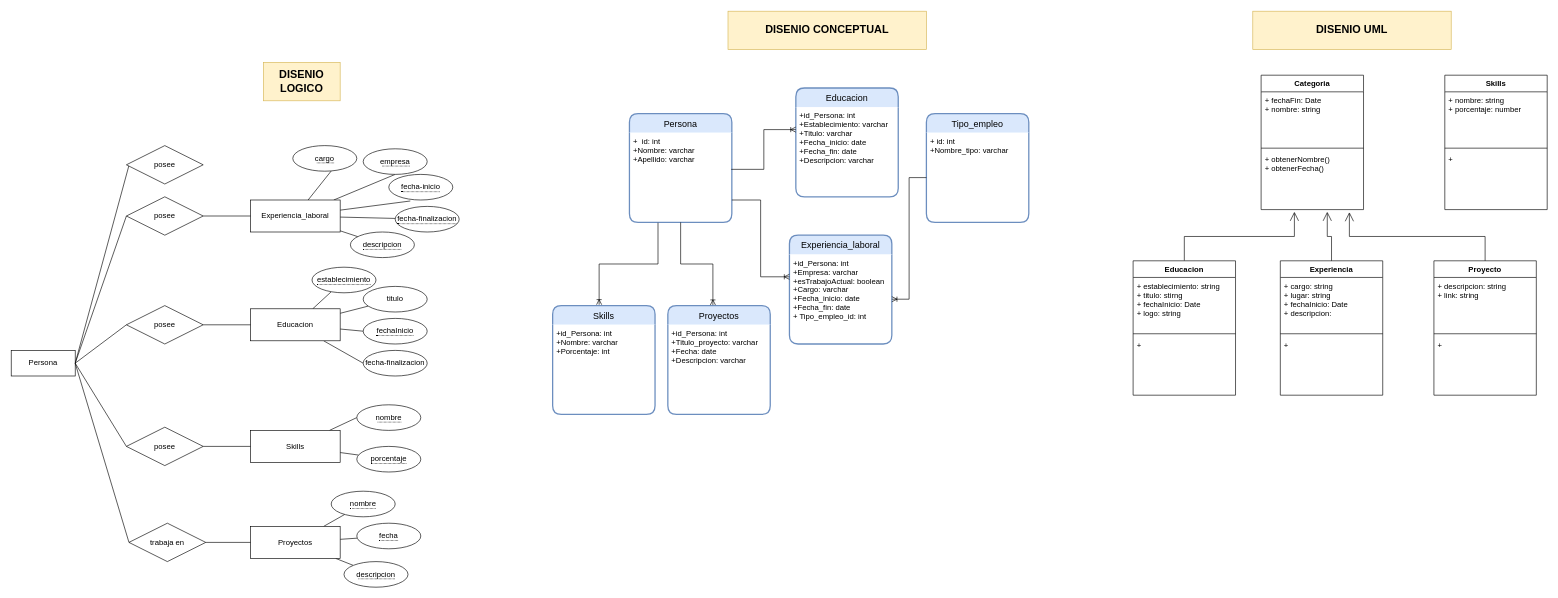
pablovede/portfolioArgPrograma keeps this draw.io diagram as database/DERv2.drawio. Above is the earlier version. Source tidied: cells renumbered, new cells numbered last; positions are measured from the earlier drawing's top-left corner, leaving out a move shared by most shapes. Both pictures are drawn from the tidied source at 64%, with x=0, y=0 at pixel (11, 11).
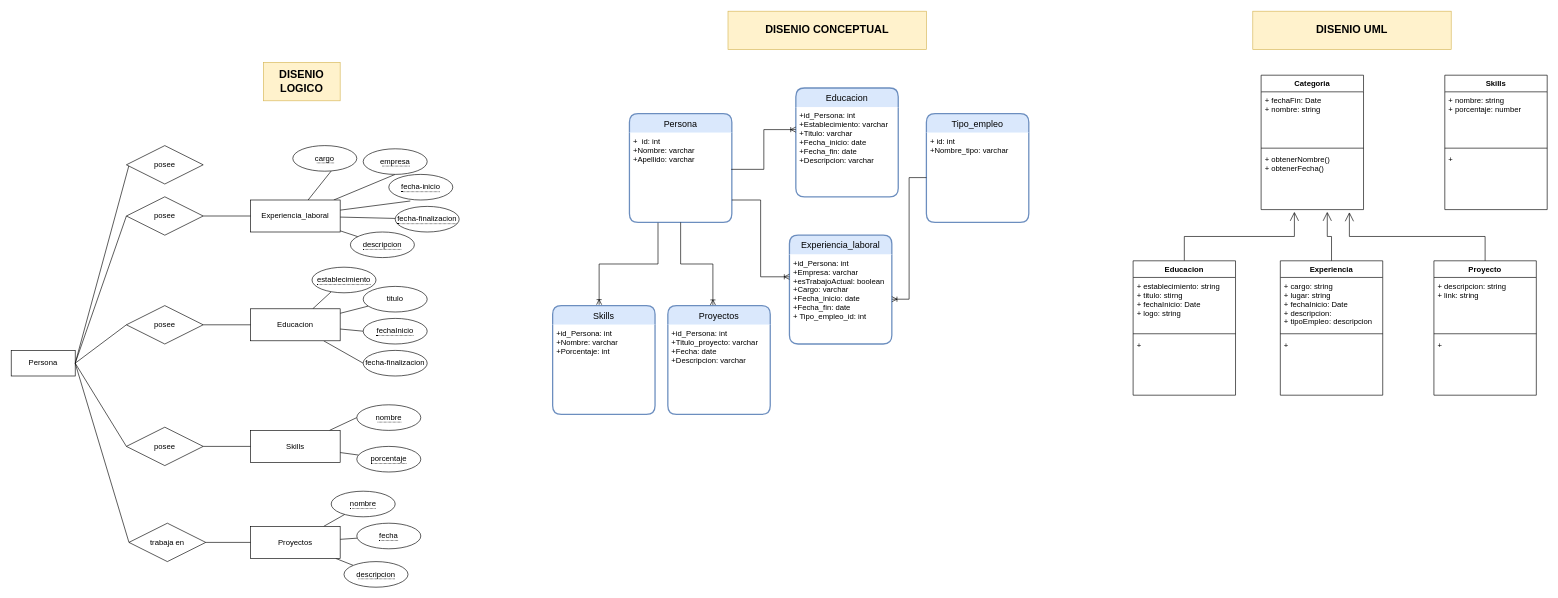
After the change.

The change refers to these unchanged cells:
```xml
<mxCell id="74" value="Experiencia" style="swimlane;fontStyle=1;align=center;verticalAlign=top;horizontal=1;startSize=26;swimlaneFillColor=default;" parent="1" vertex="1">
  <mxGeometry x="1983" y="390" width="160" height="210" as="geometry" />
</mxCell>
```

The edit, as a diff of the source:
```diff
@@
-    <mxCell id="75" value="+ cargo: string&#10;+ lugar: string&#10;+ fechaInicio: Date&#10;+ descripcion: " style="text;strokeColor=none;fillColor=none;align=left;verticalAlign=top;spacingLeft=4;spacingRight=4;overflow=hidden;" parent="74" vertex="1">
+    <mxCell id="75" value="+ cargo: string&#10;+ lugar: string&#10;+ fechaInicio: Date&#10;+ descripcion: &#10;+ tipoEmpleo: descripcion" style="text;strokeColor=none;fillColor=none;align=left;verticalAlign=top;spacingLeft=4;spacingRight=4;overflow=hidden;" parent="74" vertex="1">
       <mxGeometry y="26" width="160" height="84" as="geometry" />
     </mxCell>
```
